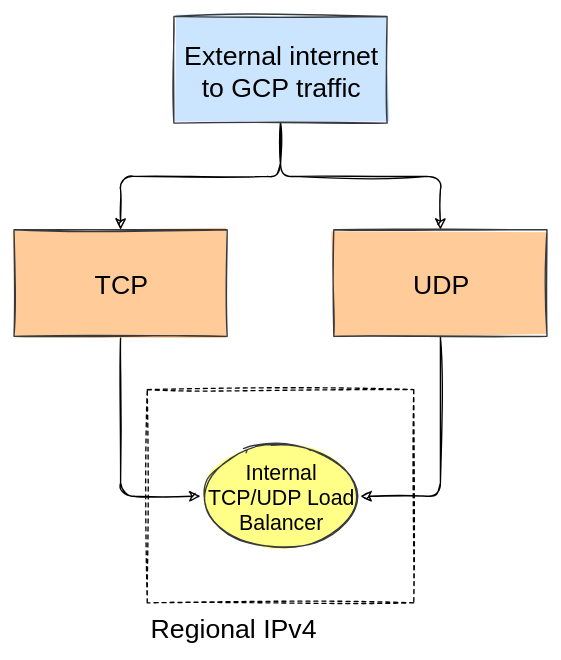
Earlier version of the draw.io export content/files/gcp_internal_load_balancing_decision_tree.svg (TheRealMattDunn/mattdunn.info). Source tidied: cells renumbered, new cells last; positions are measured from the earlier drawing's top-left corner, leaving out a move shared by most shapes.
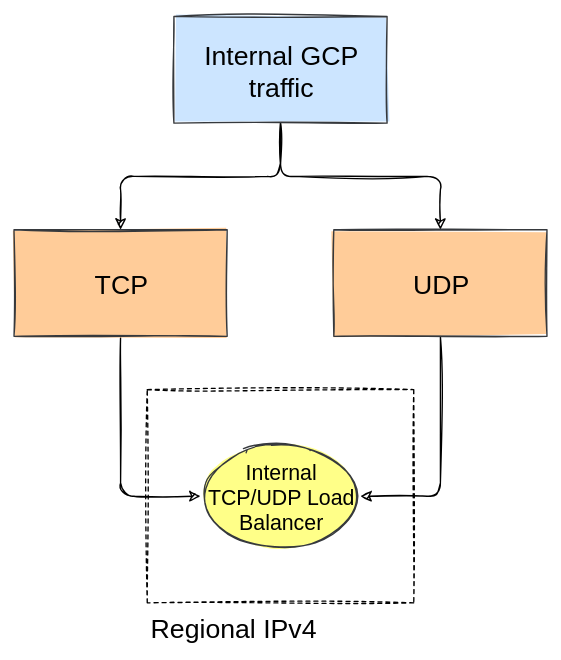
The same file after the commit.

The edit, as a diff of the source:
```diff
@@ -16,7 +16,7 @@
         </Array>
       </mxGeometry>
     </mxCell>
-    <mxCell id="5" value="External internet to GCP traffic" style="rounded=0;whiteSpace=wrap;html=1;fillColor=#cce5ff;strokeColor=#36393d;sketch=1;fillStyle=solid;fontSize=20;" parent="1" vertex="1">
+    <mxCell id="5" value="Internal GCP traffic" style="rounded=0;whiteSpace=wrap;html=1;fillColor=#cce5ff;strokeColor=#36393d;sketch=1;fillStyle=solid;fontSize=20;" parent="1" vertex="1">
       <mxGeometry x="120" width="160" height="80" as="geometry" />
     </mxCell>
     <mxCell id="6" style="edgeStyle=orthogonalEdgeStyle;html=1;fontSize=16;entryX=0;entryY=0.5;entryDx=0;entryDy=0;" parent="1" edge="1" source="7" target="10">
```
